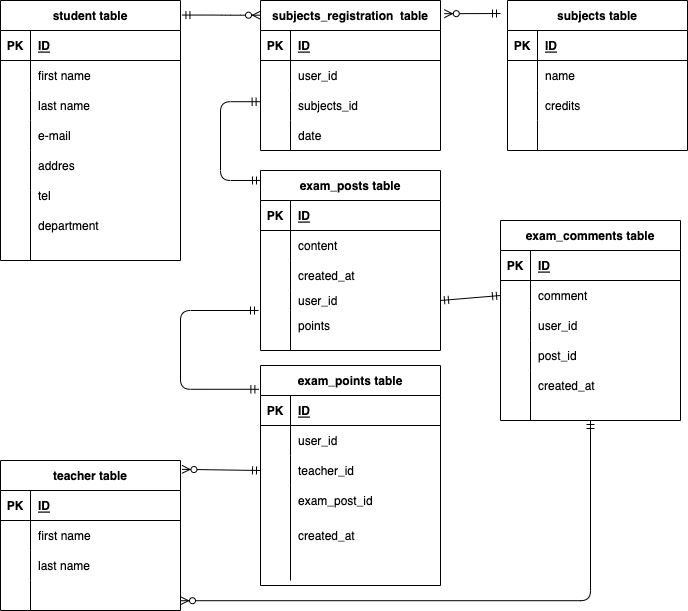
The draw.io diagram index.drawio.png in mototakan/datebase_exam, before a commit. Source tidied: cells renumbered, new cells last; positions are measured from the earlier drawing's top-left corner, leaving out a move shared by most shapes.
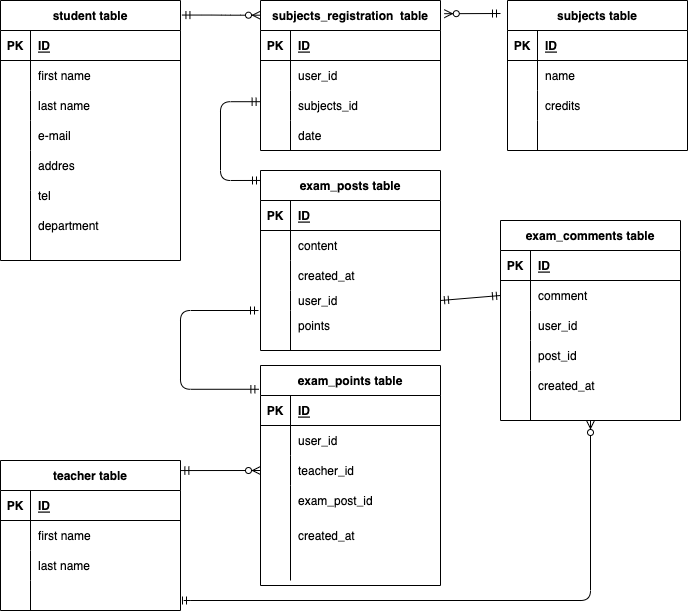
The same diagram one commit later.

Diff of the diagram source:
```diff
@@ -338,15 +338,16 @@
         </Array>
       </mxGeometry>
     </mxCell>
-    <mxCell id="109" style="fontSize=12;html=1;endArrow=ERzeroToMany;startArrow=ERmandOne;entryX=1.021;entryY=0.088;entryDx=0;entryDy=0;entryPerimeter=0;edgeStyle=orthogonalEdgeStyle;exitX=0.5;exitY=1;exitDx=0;exitDy=0;" parent="1" edge="1" source="74">
+    <mxCell id="109" style="fontSize=12;html=1;endArrow=ERzeroToMany;startArrow=ERmandOne;entryX=0.5;entryY=1;entryDx=0;entryDy=0;edgeStyle=orthogonalEdgeStyle;" parent="1" edge="1" target="74">
       <mxGeometry relative="1" as="geometry">
-        <mxPoint x="180" y="600.2" as="targetPoint" />
+        <mxPoint x="190" y="600" as="sourcePoint" />
         <Array as="points">
+          <mxPoint x="180" y="600" />
           <mxPoint x="590" y="600" />
         </Array>
       </mxGeometry>
     </mxCell>
-    <mxCell id="110" style="fontSize=12;html=1;endArrow=ERzeroToMany;startArrow=ERmandOne;entryX=1.008;entryY=0.059;entryDx=0;entryDy=0;entryPerimeter=0;exitX=0;exitY=0.5;exitDx=0;exitDy=0;" parent="1" edge="1" source="96" target="61">
+    <mxCell id="110" style="fontSize=12;html=1;endArrow=ERzeroToMany;startArrow=ERmandOne;entryX=0;entryY=0.5;entryDx=0;entryDy=0;exitX=1.002;exitY=0.067;exitDx=0;exitDy=0;exitPerimeter=0;" parent="1" edge="1" source="61" target="96">
       <mxGeometry relative="1" as="geometry" />
     </mxCell>
   </root>
```
